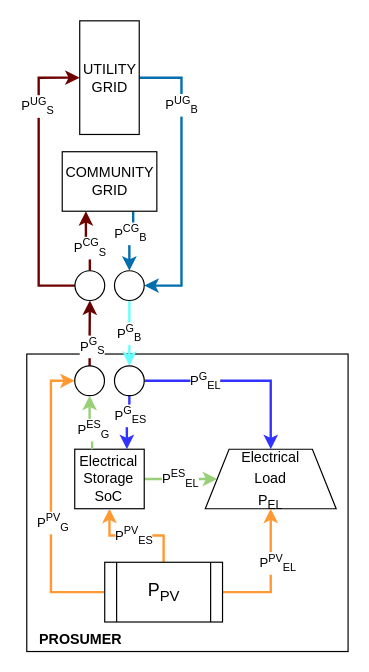
neethumaya/RoughWork keeps this draw.io diagram as Community_2.drawio. Above is the earlier version. Source tidied: cells renumbered, new cells numbered last; positions are measured from the earlier drawing's top-left corner, leaving out a move shared by most shapes. Both pictures are drawn from the tidied source at 119%, with x=0, y=0 at pixel (26, 20).
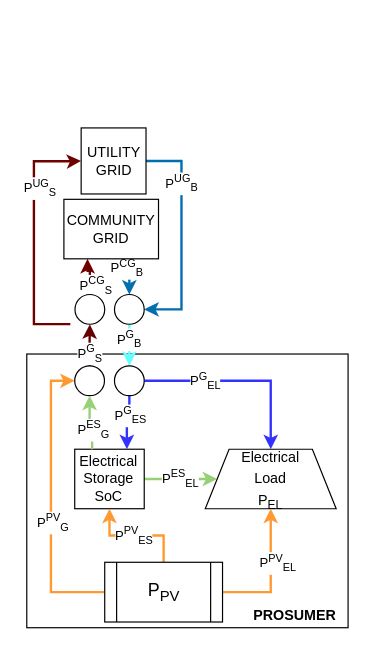
After the change.

Unchanged cells that the change refers to:
```xml
<mxCell id="23" style="edgeStyle=orthogonalEdgeStyle;rounded=0;jettySize=auto;html=1;strokeColor=#660000;entryX=0.5;entryY=1;entryDx=0;entryDy=0;strokeWidth=2;exitX=0.501;exitY=0;exitDx=0;exitDy=0;exitPerimeter=0;" parent="1" edge="1" source="25" target="34">
  <mxGeometry relative="1" as="geometry">
    <Array as="points">
      <mxPoint x="53" y="270" />
      <mxPoint x="53" y="245" />
    </Array>
  </mxGeometry>
</mxCell>
```

What changed in the source:
```diff
@@
     <mxCell id="2" style="rounded=0;whiteSpace=wrap;html=1;" parent="1" vertex="1">
-      <mxGeometry y="280" width="270" height="250" as="geometry" />
+      <mxGeometry y="280" width="270" height="230" as="geometry" />
     </mxCell>
@@
-    <mxCell id="5" style="edgeStyle=orthogonalEdgeStyle;rounded=0;jettySize=auto;html=1;fillColor=#1ba1e2;strokeColor=#006EAF;strokeWidth=2;entryX=1;entryY=0.5;entryDx=0;entryDy=0;" parent="1" edge="1" source="7" target="29">
+    <mxCell id="5" style="edgeStyle=orthogonalEdgeStyle;rounded=0;jettySize=auto;html=1;fillColor=#1ba1e2;strokeColor=#006EAF;strokeWidth=2;entryX=1;entryY=0.5;entryDx=0;entryDy=0;exitX=1;exitY=0.5;exitDx=0;exitDy=0;" parent="1" edge="1" source="7" target="29">
       <mxGeometry relative="1" as="geometry">
         <Array as="points">
-          <mxPoint x="130" y="48" />
-          <mxPoint x="130" y="222" />
+          <mxPoint x="130" y="118" />
+          <mxPoint x="130" y="243" />
+          <mxPoint x="99" y="243" />
         </Array>
       </mxGeometry>
     </mxCell>
@@
     <mxCell id="7" value="UTILITY&lt;br&gt;GRID" style="rounded=0;whiteSpace=wrap;html=1;fontSize=12;" parent="1" vertex="1">
-      <mxGeometry x="44.5" width="50" height="95.5" as="geometry" />
+      <mxGeometry x="45.7" y="90" width="54.5" height="55.5" as="geometry" />
     </mxCell>
@@
     <mxCell id="24" value="P&lt;sup&gt;G&lt;/sup&gt;&lt;sub&gt;S&lt;/sub&gt;" style="edgeLabel;html=1;align=center;verticalAlign=middle;" parent="23" vertex="1">
       <mxGeometry x="-0.39" y="-1" relative="1" as="geometry">
-        <mxPoint x="1" y="1" as="offset" />
+        <mxPoint x="-1" y="1" as="offset" />
       </mxGeometry>
     </mxCell>
@@
     <mxCell id="28" value="PROSUMER" style="text;html=1;align=center;verticalAlign=middle;fontStyle=1;" parent="1" vertex="1">
-      <mxGeometry y="510" width="90" height="20" as="geometry" />
+      <mxGeometry x="180" y="490" width="90" height="20" as="geometry" />
     </mxCell>
     <mxCell id="29" style="ellipse;whiteSpace=wrap;html=1;" parent="1" vertex="1">
-      <mxGeometry x="73.7" y="210" width="25" height="25" as="geometry" />
+      <mxGeometry x="73.7" y="230" width="25" height="25" as="geometry" />
     </mxCell>
@@
-    <mxCell id="32" style="edgeStyle=orthogonalEdgeStyle;rounded=0;jettySize=auto;html=1;fillColor=#a20025;strokeColor=#6F0000;strokeWidth=2;exitX=0;exitY=0.5;exitDx=0;exitDy=0;entryX=0;entryY=0.5;entryDx=0;entryDy=0;" parent="1" edge="1" source="34" target="7">
+    <mxCell id="32" style="edgeStyle=orthogonalEdgeStyle;rounded=0;jettySize=auto;html=1;fillColor=#a20025;strokeColor=#6F0000;strokeWidth=2;exitX=0;exitY=0.5;exitDx=0;exitDy=0;entryX=0;entryY=0.5;entryDx=0;entryDy=0;" parent="1" edge="1" target="7">
       <mxGeometry relative="1" as="geometry">
+        <mxPoint x="36.6" y="254.9" as="sourcePoint" />
         <Array as="points">
-          <mxPoint x="10" y="222" />
-          <mxPoint x="10" y="48" />
+          <mxPoint x="6" y="255" />
+          <mxPoint x="6" y="118" />
+          <mxPoint x="40" y="118" />
         </Array>
       </mxGeometry>
     </mxCell>
     <mxCell id="33" value="P&lt;sup&gt;UG&lt;/sup&gt;&lt;sub&gt;S&lt;/sub&gt;" style="edgeLabel;html=1;align=center;verticalAlign=middle;" parent="32" vertex="1">
       <mxGeometry y="2" relative="1" as="geometry">
-        <mxPoint y="-62" as="offset" />
+        <mxPoint x="6" y="-41" as="offset" />
       </mxGeometry>
     </mxCell>
     <mxCell id="34" style="ellipse;whiteSpace=wrap;html=1;" parent="1" vertex="1">
-      <mxGeometry x="40.5" y="210" width="25" height="25" as="geometry" />
+      <mxGeometry x="40.5" y="230" width="25" height="25" as="geometry" />
     </mxCell>
@@
     <mxCell id="37" value="COMMUNITY&lt;br&gt;GRID" style="rounded=0;whiteSpace=wrap;html=1;fontSize=12;" parent="1" vertex="1">
-      <mxGeometry x="29.8" y="110" width="79.5" height="50" as="geometry" />
+      <mxGeometry x="31.2" y="150" width="79.5" height="50" as="geometry" />
     </mxCell>
```
